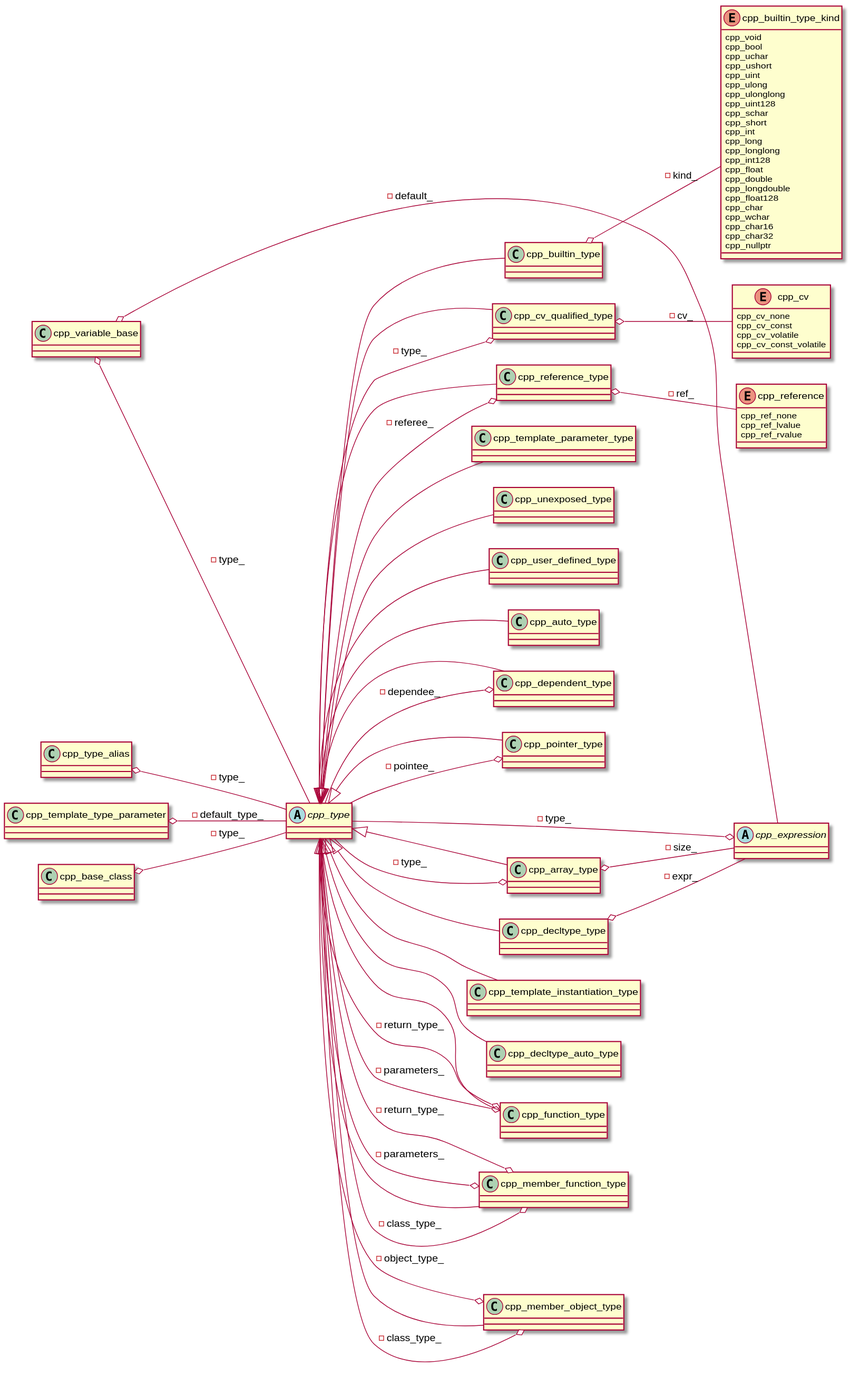
Above: cppast/puml/cpp_type_class_diagram.svg in bkryza/clang-uml-examples (PlantUML), before the change.
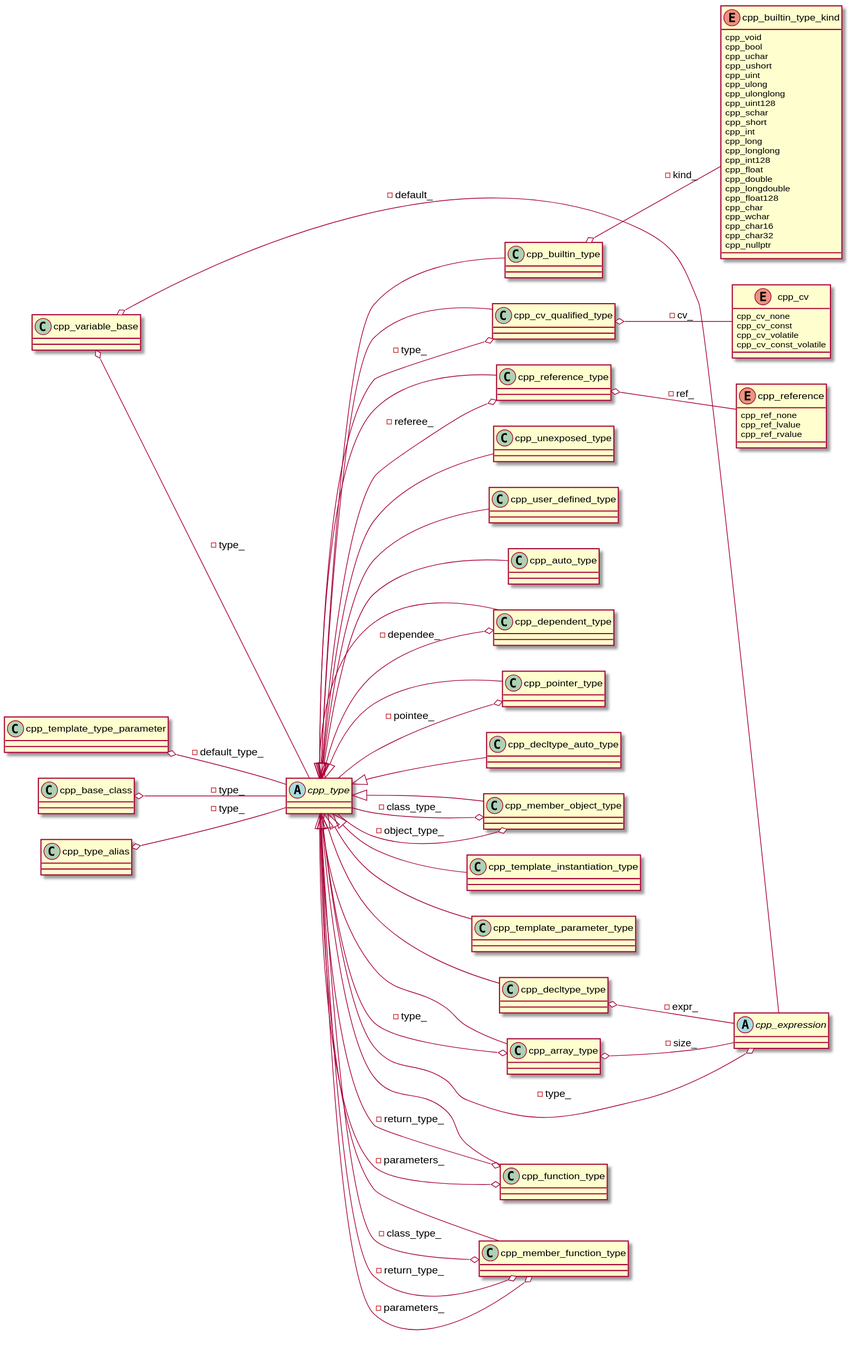
Above is the later version.

Change to the diagram source:
```diff
@@ -66,44 +66,44 @@
 class "cpp_reference_type" as C_0000600573949475383075
 class C_0000600573949475383075 [[https://github.com/foonathan/cppast/blob/f00df6675d87c6983033d270728c57a55cd3db22/include/cppast/cpp_type.hpp#L394{cpp_reference_type}]] {
 }
-abstract "cpp_expression" as C_0002228471918600734475
-abstract C_0002228471918600734475 [[https://github.com/foonathan/cppast/blob/f00df6675d87c6983033d270728c57a55cd3db22/include/cppast/cpp_expression.hpp#L24{cpp_expression}]] {
+class "cpp_type_alias" as C_0001652684387667767114
+class C_0001652684387667767114 [[https://github.com/foonathan/cppast/blob/f00df6675d87c6983033d270728c57a55cd3db22/include/cppast/cpp_type_alias.hpp#L14{cpp_type_alias}]] {
+}
+class "cpp_decltype_auto_type" as C_0000026248340214462662
+class C_0000026248340214462662 [[https://github.com/foonathan/cppast/blob/f00df6675d87c6983033d270728c57a55cd3db22/include/cppast/cppast_fwd.hpp#L27{cpp_decltype_auto_type}]] {
+}
+class "cpp_variable_base" as C_0000184600132526931259
+class C_0000184600132526931259 [[https://github.com/foonathan/cppast/blob/f00df6675d87c6983033d270728c57a55cd3db22/include/cppast/cppast_fwd.hpp#L79{cpp_variable_base}]] {
+}
+class "cpp_member_object_type" as C_0000603633382993980808
+class C_0000603633382993980808 [[https://github.com/foonathan/cppast/blob/f00df6675d87c6983033d270728c57a55cd3db22/include/cppast/cppast_fwd.hpp#L53{cpp_member_object_type}]] {
+}
+class "cpp_template_instantiation_type" as C_0001009421424714355715
+class C_0001009421424714355715 [[https://github.com/foonathan/cppast/blob/f00df6675d87c6983033d270728c57a55cd3db22/include/cppast/cppast_fwd.hpp#L63{cpp_template_instantiation_type}]] {
+}
+class "cpp_decltype_type" as C_0001184982835175222056
+class C_0001184982835175222056 [[https://github.com/foonathan/cppast/blob/f00df6675d87c6983033d270728c57a55cd3db22/include/cppast/cppast_fwd.hpp#L28{cpp_decltype_type}]] {
 }
 class "cpp_array_type" as C_0001347498727659770075
-class C_0001347498727659770075 [[https://github.com/foonathan/cppast/blob/f00df6675d87c6983033d270728c57a55cd3db22/include/cppast/cpp_array_type.hpp#L13{cpp_array_type}]] {
+class C_0001347498727659770075 [[https://github.com/foonathan/cppast/blob/f00df6675d87c6983033d270728c57a55cd3db22/include/cppast/cppast_fwd.hpp#L14{cpp_array_type}]] {
+}
+class "cpp_function_type" as C_0001455852309215570565
+class C_0001455852309215570565 [[https://github.com/foonathan/cppast/blob/f00df6675d87c6983033d270728c57a55cd3db22/include/cppast/cppast_fwd.hpp#L44{cpp_function_type}]] {
 }
 class "cpp_base_class" as C_0001513295345096619386
-class C_0001513295345096619386 [[https://github.com/foonathan/cppast/blob/f00df6675d87c6983033d270728c57a55cd3db22/include/cppast/cpp_class.hpp#L67{cpp_base_class}]] {
+class C_0001513295345096619386 [[https://github.com/foonathan/cppast/blob/f00df6675d87c6983033d270728c57a55cd3db22/include/cppast/cppast_fwd.hpp#L17{cpp_base_class}]] {
 }
-class "cpp_decltype_type" as C_0001184982835175222056
-class C_0001184982835175222056 [[https://github.com/foonathan/cppast/blob/f00df6675d87c6983033d270728c57a55cd3db22/include/cppast/cpp_decltype_type.hpp#L13{cpp_decltype_type}]] {
-}
-class "cpp_decltype_auto_type" as C_0000026248340214462662
-class C_0000026248340214462662 [[https://github.com/foonathan/cppast/blob/f00df6675d87c6983033d270728c57a55cd3db22/include/cppast/cpp_decltype_type.hpp#L40{cpp_decltype_auto_type}]] {
-}
-class "cpp_function_type" as C_0001455852309215570565
-class C_0001455852309215570565 [[https://github.com/foonathan/cppast/blob/f00df6675d87c6983033d270728c57a55cd3db22/include/cppast/cpp_function_type.hpp#L14{cpp_function_type}]] {
+class "cpp_template_type_parameter" as C_0001672854013158225149
+class C_0001672854013158225149 [[https://github.com/foonathan/cppast/blob/f00df6675d87c6983033d270728c57a55cd3db22/include/cppast/cppast_fwd.hpp#L68{cpp_template_type_parameter}]] {
 }
 class "cpp_member_function_type" as C_0001956941679276907326
-class C_0001956941679276907326 [[https://github.com/foonathan/cppast/blob/f00df6675d87c6983033d270728c57a55cd3db22/include/cppast/cpp_function_type.hpp#L87{cpp_member_function_type}]] {
-}
-class "cpp_member_object_type" as C_0000603633382993980808
-class C_0000603633382993980808 [[https://github.com/foonathan/cppast/blob/f00df6675d87c6983033d270728c57a55cd3db22/include/cppast/cpp_function_type.hpp#L164{cpp_member_object_type}]] {
-}
-class "cpp_variable_base" as C_0000184600132526931259
-class C_0000184600132526931259 [[https://github.com/foonathan/cppast/blob/f00df6675d87c6983033d270728c57a55cd3db22/include/cppast/cpp_variable_base.hpp#L16{cpp_variable_base}]] {
-}
-class "cpp_template_type_parameter" as C_0001672854013158225149
-class C_0001672854013158225149 [[https://github.com/foonathan/cppast/blob/f00df6675d87c6983033d270728c57a55cd3db22/include/cppast/cpp_template_parameter.hpp#L47{cpp_template_type_parameter}]] {
+class C_0001956941679276907326 [[https://github.com/foonathan/cppast/blob/f00df6675d87c6983033d270728c57a55cd3db22/include/cppast/cppast_fwd.hpp#L52{cpp_member_function_type}]] {
 }
 class "cpp_template_parameter_type" as C_0002158322113857881673
-class C_0002158322113857881673 [[https://github.com/foonathan/cppast/blob/f00df6675d87c6983033d270728c57a55cd3db22/include/cppast/cpp_template_parameter.hpp#L106{cpp_template_parameter_type}]] {
+class C_0002158322113857881673 [[https://github.com/foonathan/cppast/blob/f00df6675d87c6983033d270728c57a55cd3db22/include/cppast/cppast_fwd.hpp#L65{cpp_template_parameter_type}]] {
 }
-class "cpp_template_instantiation_type" as C_0001009421424714355715
-class C_0001009421424714355715 [[https://github.com/foonathan/cppast/blob/f00df6675d87c6983033d270728c57a55cd3db22/include/cppast/cpp_template.hpp#L93{cpp_template_instantiation_type}]] {
-}
-class "cpp_type_alias" as C_0001652684387667767114
-class C_0001652684387667767114 [[https://github.com/foonathan/cppast/blob/f00df6675d87c6983033d270728c57a55cd3db22/include/cppast/cpp_type_alias.hpp#L14{cpp_type_alias}]] {
+abstract "cpp_expression" as C_0002228471918600734475
+abstract C_0002228471918600734475 [[https://github.com/foonathan/cppast/blob/f00df6675d87c6983033d270728c57a55cd3db22/include/cppast/cppast_fwd.hpp#L35{cpp_expression}]] {
 }
 C_0001585653041236922459 <|-- C_0000601730303705395408
 C_0002035785082080260407 o-- C_0001887502571634469661 : -kind_
@@ -120,29 +120,29 @@
 C_0000600573949475383075 o-- C_0001585653041236922459 : -referee_
 C_0000600573949475383075 o-- C_0000386439160558232350 : -ref_
 C_0001585653041236922459 <|-- C_0000600573949475383075
-C_0002228471918600734475 o-- C_0001585653041236922459 : -type_
+C_0001652684387667767114 o-- C_0001585653041236922459 : -type_
+C_0001585653041236922459 <|-- C_0000026248340214462662
+C_0000184600132526931259 o-- C_0001585653041236922459 : -type_
+C_0000184600132526931259 o-- C_0002228471918600734475 : -default_
+C_0000603633382993980808 o-- C_0001585653041236922459 : -class_type_
+C_0000603633382993980808 o-- C_0001585653041236922459 : -object_type_
+C_0001585653041236922459 <|-- C_0000603633382993980808
+C_0001585653041236922459 <|-- C_0001009421424714355715
+C_0001184982835175222056 o-- C_0002228471918600734475 : -expr_
+C_0001585653041236922459 <|-- C_0001184982835175222056
 C_0001347498727659770075 o-- C_0001585653041236922459 : -type_
 C_0001347498727659770075 o-- C_0002228471918600734475 : -size_
 C_0001585653041236922459 <|-- C_0001347498727659770075
-C_0001513295345096619386 o-- C_0001585653041236922459 : -type_
-C_0001184982835175222056 o-- C_0002228471918600734475 : -expr_
-C_0001585653041236922459 <|-- C_0001184982835175222056
-C_0001585653041236922459 <|-- C_0000026248340214462662
 C_0001455852309215570565 o-- C_0001585653041236922459 : -return_type_
 C_0001455852309215570565 o-- C_0001585653041236922459 : -parameters_
 C_0001585653041236922459 <|-- C_0001455852309215570565
+C_0001513295345096619386 o-- C_0001585653041236922459 : -type_
+C_0001672854013158225149 o-- C_0001585653041236922459 : -default_type_
 C_0001956941679276907326 o-- C_0001585653041236922459 : -class_type_
 C_0001956941679276907326 o-- C_0001585653041236922459 : -return_type_
 C_0001956941679276907326 o-- C_0001585653041236922459 : -parameters_
 C_0001585653041236922459 <|-- C_0001956941679276907326
-C_0000603633382993980808 o-- C_0001585653041236922459 : -class_type_
-C_0000603633382993980808 o-- C_0001585653041236922459 : -object_type_
-C_0001585653041236922459 <|-- C_0000603633382993980808
-C_0000184600132526931259 o-- C_0001585653041236922459 : -type_
-C_0000184600132526931259 o-- C_0002228471918600734475 : -default_
-C_0001672854013158225149 o-- C_0001585653041236922459 : -default_type_
 C_0001585653041236922459 <|-- C_0002158322113857881673
-C_0001585653041236922459 <|-- C_0001009421424714355715
-C_0001652684387667767114 o-- C_0001585653041236922459 : -type_
+C_0002228471918600734475 o-- C_0001585653041236922459 : -type_
 
 @enduml
```
